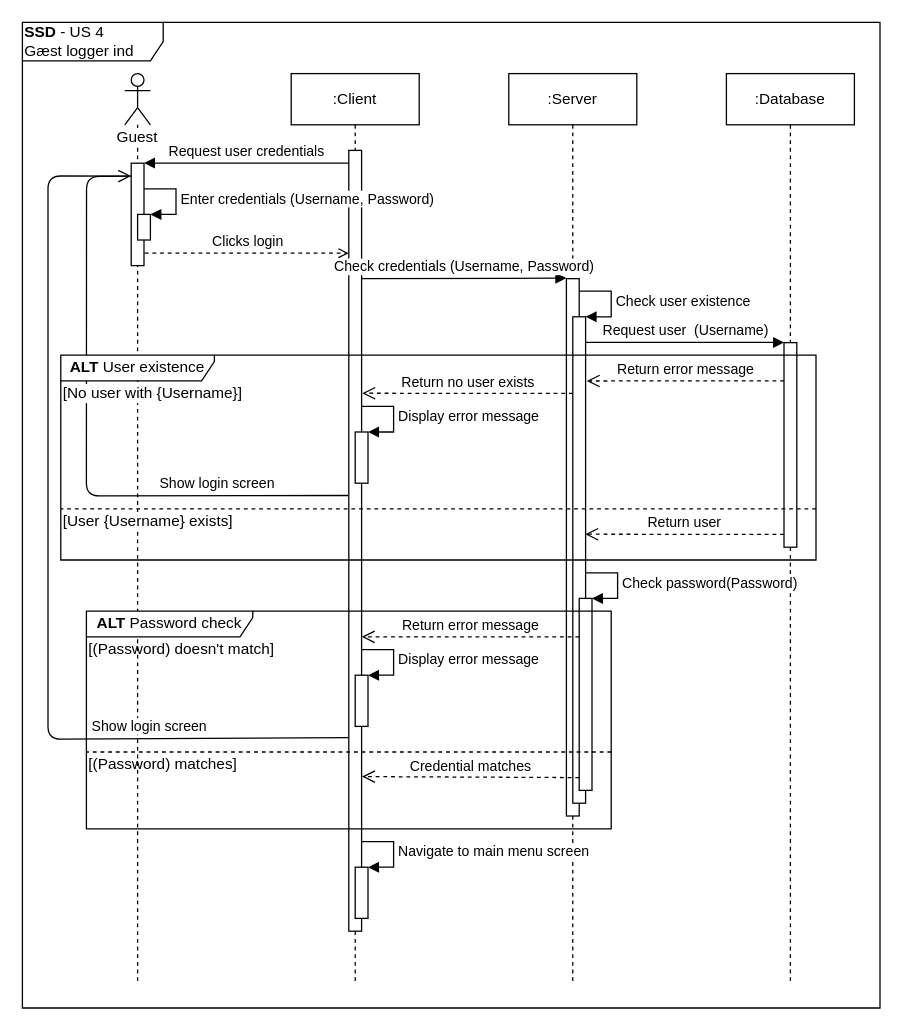
The draw.io diagram page "User-Story-4" (2 of 4) of diagrams/arkitektur/arkitektur-system-sekvensdiagrammer.drawio in Macradon/I7BAC-PlugNPlay, before the edit. Source tidied: cells renumbered, new cells numbered last; positions are measured from the earlier drawing's top-left corner, leaving out a move shared by most shapes. Both pictures are drawn from the tidied source at 128%, with x=0, y=0 at pixel (22, 22).
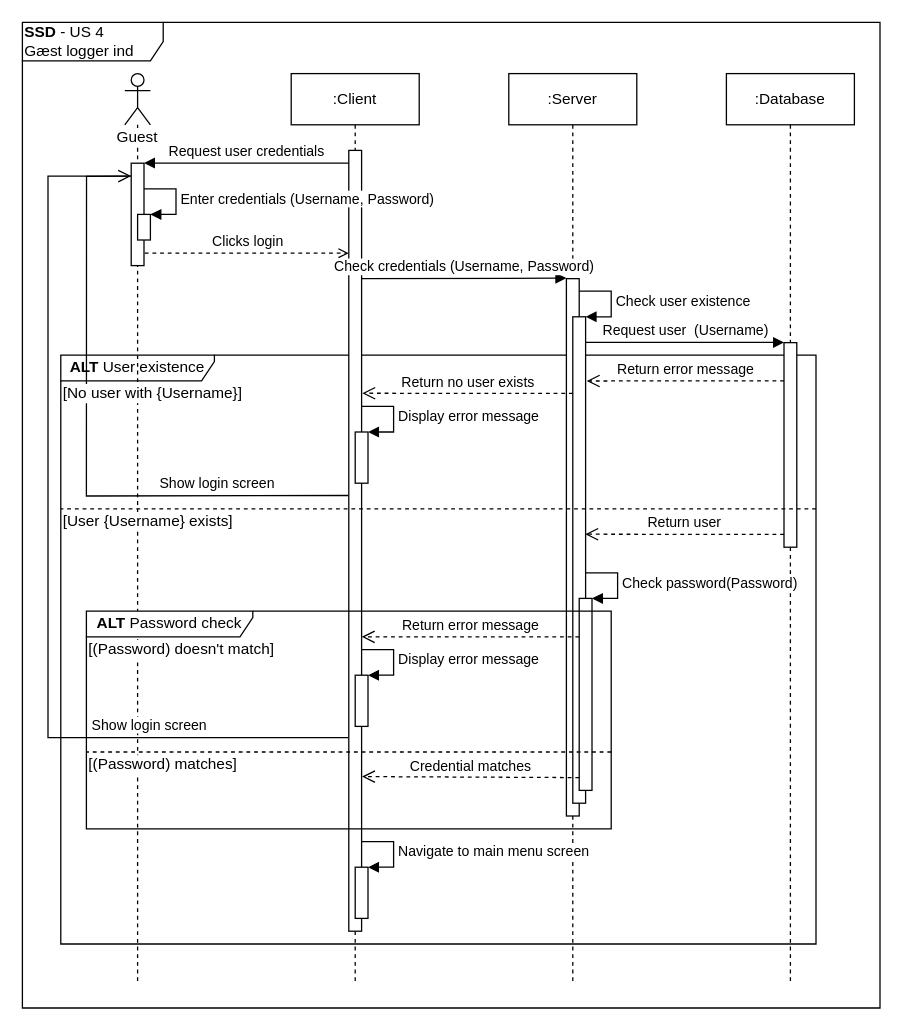
The same diagram, later.

Unchanged cells that the change refers to:
```xml
<mxCell id="5" style="html=1;points=[];perimeter=orthogonalPerimeter;labelBackgroundColor=#ffffff;" parent="1" vertex="1">
  <mxGeometry x="255" y="100" width="10" height="610" as="geometry" />
</mxCell>
<mxCell id="10" style="html=1;points=[];perimeter=orthogonalPerimeter;labelBackgroundColor=#ffffff;" parent="1" vertex="1">
  <mxGeometry x="85" y="110" width="10" height="80" as="geometry" />
</mxCell>
```

The edit, as a diff of the source:
```diff
@@
+    <mxCell id="41" value="&lt;b&gt;SSD&lt;/b&gt;&amp;nbsp;- US 4&lt;br&gt;Gæst logger ind" style="shape=umlFrame;whiteSpace=wrap;html=1;labelBackgroundColor=none;align=left;width=110;height=30;" parent="1" vertex="1">
+      <mxGeometry width="670" height="770" as="geometry" />
+    </mxCell>
+    <mxCell id="39" value="&lt;b&gt;ALT&amp;nbsp;&lt;/b&gt;User existence" style="shape=umlFrame;whiteSpace=wrap;html=1;labelBackgroundColor=none;width=120;height=20;" parent="1" vertex="1">
+      <mxGeometry x="30" y="260" width="590" height="460" as="geometry" />
+    </mxCell>
@@
-    <mxCell id="18" style="endArrow=none;dashed=1;html=1;entryX=0;entryY=0.75;entryDx=0;entryDy=0;entryPerimeter=0;" parent="1" edge="1" target="39">
+    <mxCell id="18" style="endArrow=none;dashed=1;html=1;" parent="1" edge="1">
       <mxGeometry relative="1" as="geometry">
         <mxPoint x="620" y="380" as="sourcePoint" />
+        <mxPoint x="30" y="380" as="targetPoint" />
       </mxGeometry>
     </mxCell>
@@
-    <mxCell id="24" value="Show login screen" style="html=1;verticalAlign=bottom;endArrow=open;endSize=8;entryX=-0.013;entryY=0.021;entryDx=0;entryDy=0;entryPerimeter=0;exitX=-0.035;exitY=0.442;exitDx=0;exitDy=0;exitPerimeter=0;" parent="1" edge="1" source="5">
+    <mxCell id="24" value="Show login screen" style="html=1;verticalAlign=bottom;endArrow=open;endSize=8;entryX=-0.013;entryY=0.021;entryDx=0;entryDy=0;entryPerimeter=0;exitX=-0.035;exitY=0.442;exitDx=0;exitDy=0;exitPerimeter=0;rounded=0;" parent="1" edge="1" source="5">
       <mxGeometry x="-0.58" y="-1" relative="1" as="geometry">
         <mxPoint x="85" y="120" as="targetPoint" />
         <Array as="points">
           <mxPoint x="50" y="370" />
           <mxPoint x="50.1" y="120.3" />
         </Array>
       </mxGeometry>
     </mxCell>
@@
-    <mxCell id="29" value="[(Password) doesn't match]" style="text;html=1;align=left;verticalAlign=middle;" parent="1" vertex="1">
+    <mxCell id="29" value="[(Password) doesn't match]" style="text;html=1;align=left;verticalAlign=middle;labelBackgroundColor=#ffffff;" parent="1" vertex="1">
       <mxGeometry x="50" y="480" width="160" height="20" as="geometry" />
     </mxCell>
-    <mxCell id="30" value="[(Password) matches]" style="text;html=1;align=left;verticalAlign=middle;" parent="1" vertex="1">
+    <mxCell id="30" value="[(Password) matches]" style="text;html=1;align=left;verticalAlign=middle;labelBackgroundColor=#ffffff;" parent="1" vertex="1">
       <mxGeometry x="50" y="570" width="130" height="20" as="geometry" />
     </mxCell>
@@
-    <mxCell id="34" value="Show login screen" style="html=1;verticalAlign=bottom;endArrow=none;endSize=8;entryX=-0.026;entryY=0.126;entryDx=0;entryDy=0;entryPerimeter=0;endFill=0;exitX=-0.052;exitY=0.752;exitDx=0;exitDy=0;exitPerimeter=0;" parent="1" edge="1" source="5" target="10">
+    <mxCell id="34" value="Show login screen" style="html=1;verticalAlign=bottom;endArrow=none;endSize=8;entryX=-0.026;entryY=0.126;entryDx=0;entryDy=0;entryPerimeter=0;endFill=0;exitX=-0.052;exitY=0.752;exitDx=0;exitDy=0;exitPerimeter=0;edgeStyle=orthogonalEdgeStyle;rounded=0;" parent="1" edge="1" source="5" target="10">
       <mxGeometry x="-0.58" y="-1" relative="1" as="geometry">
         <Array as="points">
-          <mxPoint x="20" y="560" />
+          <mxPoint x="20" y="559" />
           <mxPoint x="20" y="120" />
         </Array>
       </mxGeometry>
     </mxCell>
@@
-    <mxCell id="39" value="&lt;b&gt;ALT&amp;nbsp;&lt;/b&gt;User existence" style="shape=umlFrame;whiteSpace=wrap;html=1;labelBackgroundColor=none;width=120;height=20;" parent="1" vertex="1">
-      <mxGeometry x="30" y="260" width="590" height="160" as="geometry" />
-    </mxCell>
@@
-    <mxCell id="41" value="&lt;b&gt;SSD&lt;/b&gt;&amp;nbsp;- US 4&lt;br&gt;Gæst logger ind" style="shape=umlFrame;whiteSpace=wrap;html=1;labelBackgroundColor=none;align=left;width=110;height=30;" parent="1" vertex="1">
-      <mxGeometry width="670" height="770" as="geometry" />
-    </mxCell>
```
